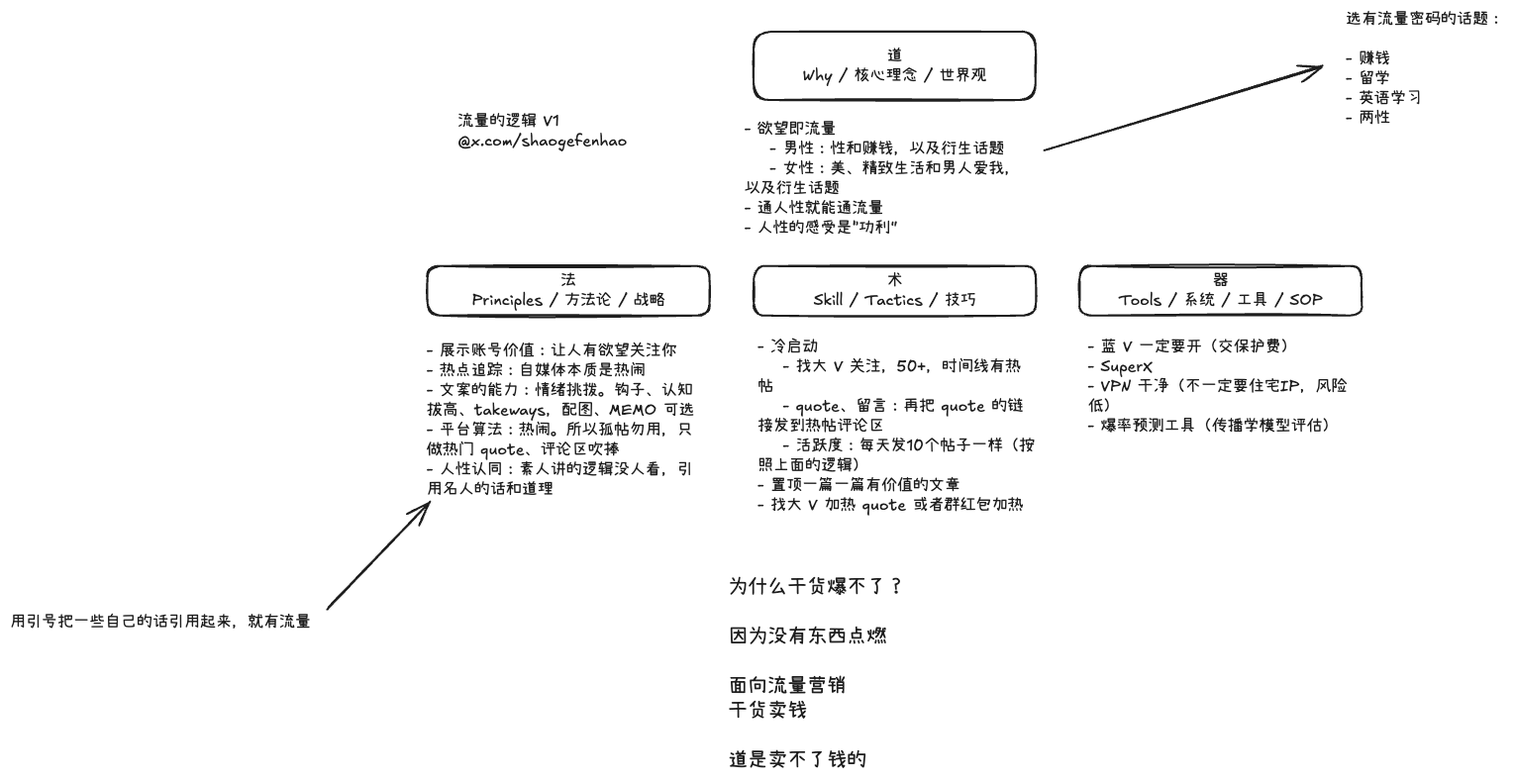
Earlier version of the Excalidraw export src/libs/marketing/groth-system-for-x.excalidraw.png (linksgo2011/shaogefenhao-v2). Source tidied: one line per element, renumbered; positions are measured from the earlier drawing's top-left corner, leaving out a move shared by most shapes. Source of this version:
```json
{"id": 0, "type": "rectangle", "strokeColor": "#1e1e1e", "strokeWidth": 2, "roughness": 1, "round": true, "x": 751, "y": 22, "width": 285, "height": 69}
{"id": 1, "type": "text", "text": "道\nWhy / 核心理念 / 世界观", "strokeColor": "#1e1e1e", "strokeWidth": 2, "roughness": 1, "fontSize": 16, "fontFamily": 5, "textAlign": "center", "verticalAlign": "middle", "inside": 0, "x": 801, "y": 37, "width": 186, "height": 40}
{"id": 2, "type": "text", "text": "- 欲望即流量\n    - 男性：性和赚钱，以及衍生话题\n    - 女性：美、精致生活和男人爱我，\n以及衍生话题\n- 通人性就能通流量\n- 人性的感受是“功利”", "strokeColor": "#1e1e1e", "strokeWidth": 2, "roughness": 1, "fontSize": 16, "fontFamily": 5, "x": 742, "y": 111, "width": 280, "height": 120}
{"id": 3, "type": "rectangle", "strokeColor": "#1e1e1e", "strokeWidth": 2, "roughness": 1, "round": true, "x": 422, "y": 259, "width": 285, "height": 50}
{"id": 4, "type": "text", "text": "法\nPrinciples / 方法论 / 战略", "strokeColor": "#1e1e1e", "strokeWidth": 2, "roughness": 1, "fontSize": 16, "fontFamily": 5, "textAlign": "center", "verticalAlign": "middle", "inside": 3, "x": 466, "y": 264, "width": 195, "height": 40}
{"id": 5, "type": "rectangle", "strokeColor": "#1e1e1e", "strokeWidth": 2, "roughness": 1, "round": true, "x": 751, "y": 259, "width": 285, "height": 50}
{"id": 6, "type": "text", "text": "术\nSkill / Tactics / 技巧", "strokeColor": "#1e1e1e", "strokeWidth": 2, "roughness": 1, "fontSize": 16, "fontFamily": 5, "textAlign": "center", "verticalAlign": "middle", "inside": 5, "x": 812, "y": 264, "width": 164, "height": 40}
{"id": 7, "type": "rectangle", "strokeColor": "#1e1e1e", "strokeWidth": 2, "roughness": 1, "round": true, "x": 1080, "y": 259, "width": 285, "height": 50}
{"id": 8, "type": "text", "text": "器\nTools / 系统 / 工具 / SOP", "strokeColor": "#1e1e1e", "strokeWidth": 2, "roughness": 1, "fontSize": 16, "fontFamily": 5, "textAlign": "center", "verticalAlign": "middle", "inside": 7, "x": 1119, "y": 264, "width": 206, "height": 40}
{"id": 9, "type": "text", "text": "流量的逻辑 V1\n@x.com/shaogefenhao", "strokeColor": "#1e1e1e", "strokeWidth": 2, "roughness": 1, "fontSize": 16.0, "fontFamily": 5, "x": 452, "y": 103, "width": 171, "height": 40}
{"id": 10, "type": "text", "text": "用引号把一些自己的话引用起来，就有流量", "strokeColor": "#1e1e1e", "strokeWidth": 2, "roughness": 1, "fontSize": 16, "fontFamily": 5, "x": 0, "y": 609, "width": 304, "height": 20}
{"id": 11, "type": "arrow", "strokeColor": "#1e1e1e", "strokeWidth": 2, "roughness": 1, "endArrowhead": "arrow", "round": true, "to": 14, "x": 321, "y": 604, "width": 104, "height": 107, "points": [[0, 0], [104, -107]]}
{"id": 12, "type": "arrow", "strokeColor": "#1e1e1e", "strokeWidth": 2, "roughness": 1, "endArrowhead": "arrow", "round": true, "from": 2, "x": 1045, "y": 141, "width": 280, "height": 85, "points": [[0, 0], [280, -85]]}
{"id": 13, "type": "text", "text": "选有流量密码的话题：\n\n- 赚钱\n- 留学\n- 英语学习\n- 两性", "strokeColor": "#1e1e1e", "strokeWidth": 2, "roughness": 1, "fontSize": 16, "fontFamily": 5, "x": 1349, "y": 0, "width": 160, "height": 120}
{"id": 14, "type": "text", "text": "- 展示账号价值：让人有欲望关注你\n- 热点追踪：自媒体本质是热闹\n- 文案的能力：情绪挑拨。钩子、认知\n拔高、takeways，配图、MEMO 可选\n- 平台算法：热闹。所以孤帖勿用，只\n做热门 quote、评论区吹捧\n- 人性认同：素人讲的逻辑没人看，引\n用名人的话和道理", "strokeColor": "#1e1e1e", "strokeWidth": 2, "roughness": 1, "fontSize": 16, "fontFamily": 5, "x": 421, "y": 335, "width": 280, "height": 160}
{"id": 15, "type": "text", "text": "- 冷启动\n    - 找大 V 关注，50+，时间线有热\n帖\n    - quote、留言：再把 quote 的链\n接发到热帖评论区\n    - 活跃度：每天发10个帖子一样（按\n照上面的逻辑）\n- 置顶一篇一篇有价值的文章\n- 找大 V 加热 quote 或者群红包加热", "strokeColor": "#1e1e1e", "strokeWidth": 2, "roughness": 1, "fontSize": 16, "fontFamily": 5, "x": 755, "y": 331, "width": 280, "height": 180}
{"id": 16, "type": "text", "text": "- 蓝 V 一定要开（交保护费）\n- SuperX \n- VPN 干净（不一定要住宅IP，风险\n低）\n- 爆率预测工具（传播学模型评估）", "strokeColor": "#1e1e1e", "strokeWidth": 2, "roughness": 1, "fontSize": 16, "fontFamily": 5, "x": 1089, "y": 330, "width": 280, "height": 100}
{"id": 17, "type": "text", "text": "为什么干货爆不了？\n\n因为没有东西点燃\n\n面向流量营销\n干货卖钱\n\n道是卖不了钱的", "strokeColor": "#1e1e1e", "strokeWidth": 2, "roughness": 1, "fontSize": 20, "fontFamily": 5, "x": 725, "y": 571, "width": 180, "height": 200}
```
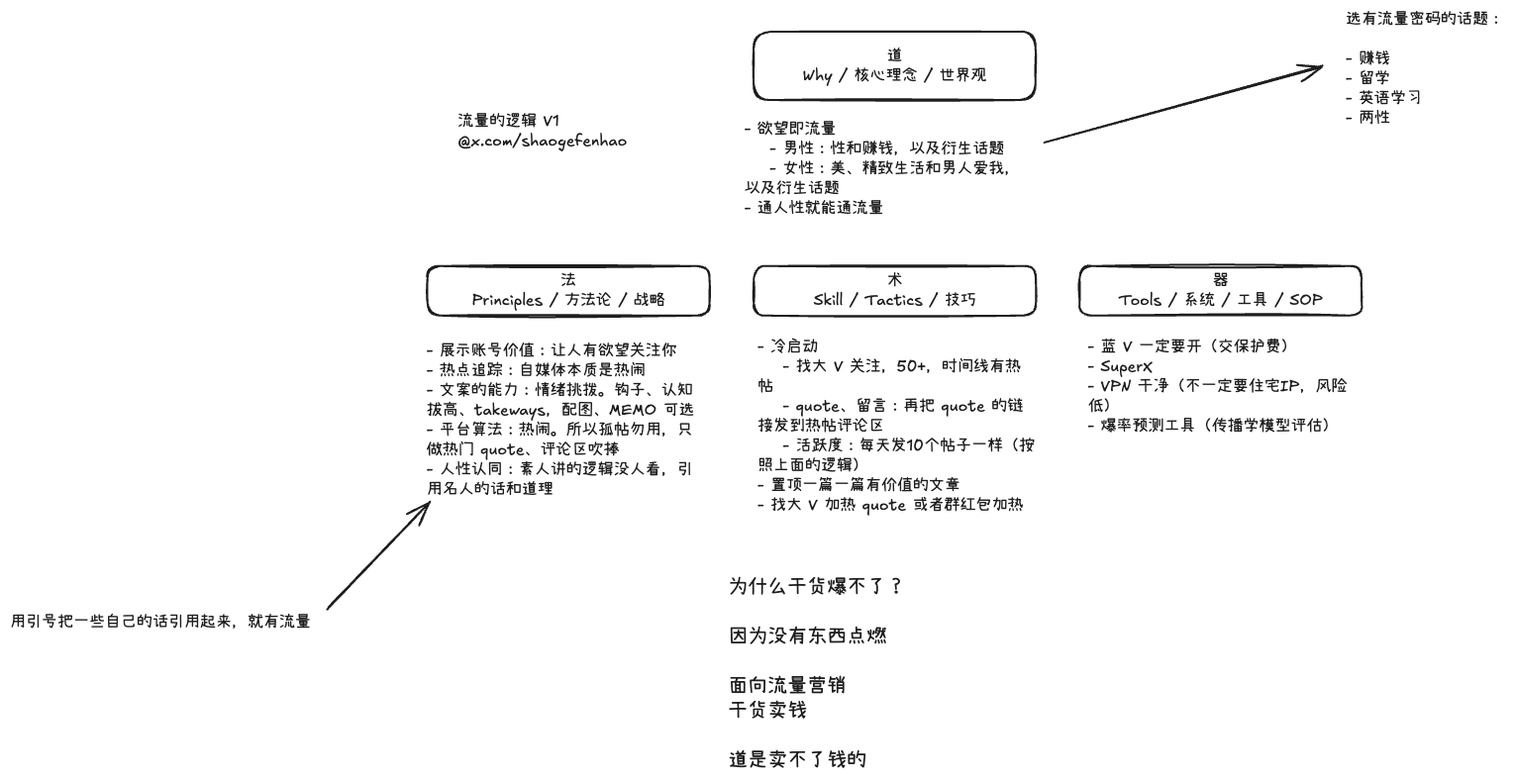
After the change.

Change to the diagram source:
```diff
@@ -1,6 +1,6 @@
 {"id": 0, "type": "rectangle", "strokeColor": "#1e1e1e", "strokeWidth": 2, "roughness": 1, "round": true, "x": 751, "y": 22, "width": 285, "height": 69}
 {"id": 1, "type": "text", "text": "道\nWhy / 核心理念 / 世界观", "strokeColor": "#1e1e1e", "strokeWidth": 2, "roughness": 1, "fontSize": 16, "fontFamily": 5, "textAlign": "center", "verticalAlign": "middle", "inside": 0, "x": 801, "y": 37, "width": 186, "height": 40}
-{"id": 2, "type": "text", "text": "- 欲望即流量\n    - 男性：性和赚钱，以及衍生话题\n    - 女性：美、精致生活和男人爱我，\n以及衍生话题\n- 通人性就能通流量\n- 人性的感受是“功利”", "strokeColor": "#1e1e1e", "strokeWidth": 2, "roughness": 1, "fontSize": 16, "fontFamily": 5, "x": 742, "y": 111, "width": 280, "height": 120}
+{"id": 2, "type": "text", "text": "- 欲望即流量\n    - 男性：性和赚钱，以及衍生话题\n    - 女性：美、精致生活和男人爱我，\n以及衍生话题\n- 通人性就能通流量", "strokeColor": "#1e1e1e", "strokeWidth": 2, "roughness": 1, "fontSize": 16, "fontFamily": 5, "x": 742, "y": 111, "width": 280, "height": 100}
 {"id": 3, "type": "rectangle", "strokeColor": "#1e1e1e", "strokeWidth": 2, "roughness": 1, "round": true, "x": 422, "y": 259, "width": 285, "height": 50}
 {"id": 4, "type": "text", "text": "法\nPrinciples / 方法论 / 战略", "strokeColor": "#1e1e1e", "strokeWidth": 2, "roughness": 1, "fontSize": 16, "fontFamily": 5, "textAlign": "center", "verticalAlign": "middle", "inside": 3, "x": 466, "y": 264, "width": 195, "height": 40}
 {"id": 5, "type": "rectangle", "strokeColor": "#1e1e1e", "strokeWidth": 2, "roughness": 1, "round": true, "x": 751, "y": 259, "width": 285, "height": 50}
@@ -10,7 +10,7 @@
 {"id": 9, "type": "text", "text": "流量的逻辑 V1\n@x.com/shaogefenhao", "strokeColor": "#1e1e1e", "strokeWidth": 2, "roughness": 1, "fontSize": 16.0, "fontFamily": 5, "x": 452, "y": 103, "width": 171, "height": 40}
 {"id": 10, "type": "text", "text": "用引号把一些自己的话引用起来，就有流量", "strokeColor": "#1e1e1e", "strokeWidth": 2, "roughness": 1, "fontSize": 16, "fontFamily": 5, "x": 0, "y": 609, "width": 304, "height": 20}
 {"id": 11, "type": "arrow", "strokeColor": "#1e1e1e", "strokeWidth": 2, "roughness": 1, "endArrowhead": "arrow", "round": true, "to": 14, "x": 321, "y": 604, "width": 104, "height": 107, "points": [[0, 0], [104, -107]]}
-{"id": 12, "type": "arrow", "strokeColor": "#1e1e1e", "strokeWidth": 2, "roughness": 1, "endArrowhead": "arrow", "round": true, "from": 2, "x": 1045, "y": 141, "width": 280, "height": 85, "points": [[0, 0], [280, -85]]}
+{"id": 12, "type": "arrow", "strokeColor": "#1e1e1e", "strokeWidth": 2, "roughness": 1, "endArrowhead": "arrow", "round": true, "from": 2, "x": 1045, "y": 133, "width": 280, "height": 77, "points": [[0, 0], [280, -77]]}
 {"id": 13, "type": "text", "text": "选有流量密码的话题：\n\n- 赚钱\n- 留学\n- 英语学习\n- 两性", "strokeColor": "#1e1e1e", "strokeWidth": 2, "roughness": 1, "fontSize": 16, "fontFamily": 5, "x": 1349, "y": 0, "width": 160, "height": 120}
 {"id": 14, "type": "text", "text": "- 展示账号价值：让人有欲望关注你\n- 热点追踪：自媒体本质是热闹\n- 文案的能力：情绪挑拨。钩子、认知\n拔高、takeways，配图、MEMO 可选\n- 平台算法：热闹。所以孤帖勿用，只\n做热门 quote、评论区吹捧\n- 人性认同：素人讲的逻辑没人看，引\n用名人的话和道理", "strokeColor": "#1e1e1e", "strokeWidth": 2, "roughness": 1, "fontSize": 16, "fontFamily": 5, "x": 421, "y": 335, "width": 280, "height": 160}
 {"id": 15, "type": "text", "text": "- 冷启动\n    - 找大 V 关注，50+，时间线有热\n帖\n    - quote、留言：再把 quote 的链\n接发到热帖评论区\n    - 活跃度：每天发10个帖子一样（按\n照上面的逻辑）\n- 置顶一篇一篇有价值的文章\n- 找大 V 加热 quote 或者群红包加热", "strokeColor": "#1e1e1e", "strokeWidth": 2, "roughness": 1, "fontSize": 16, "fontFamily": 5, "x": 755, "y": 331, "width": 280, "height": 180}
```
